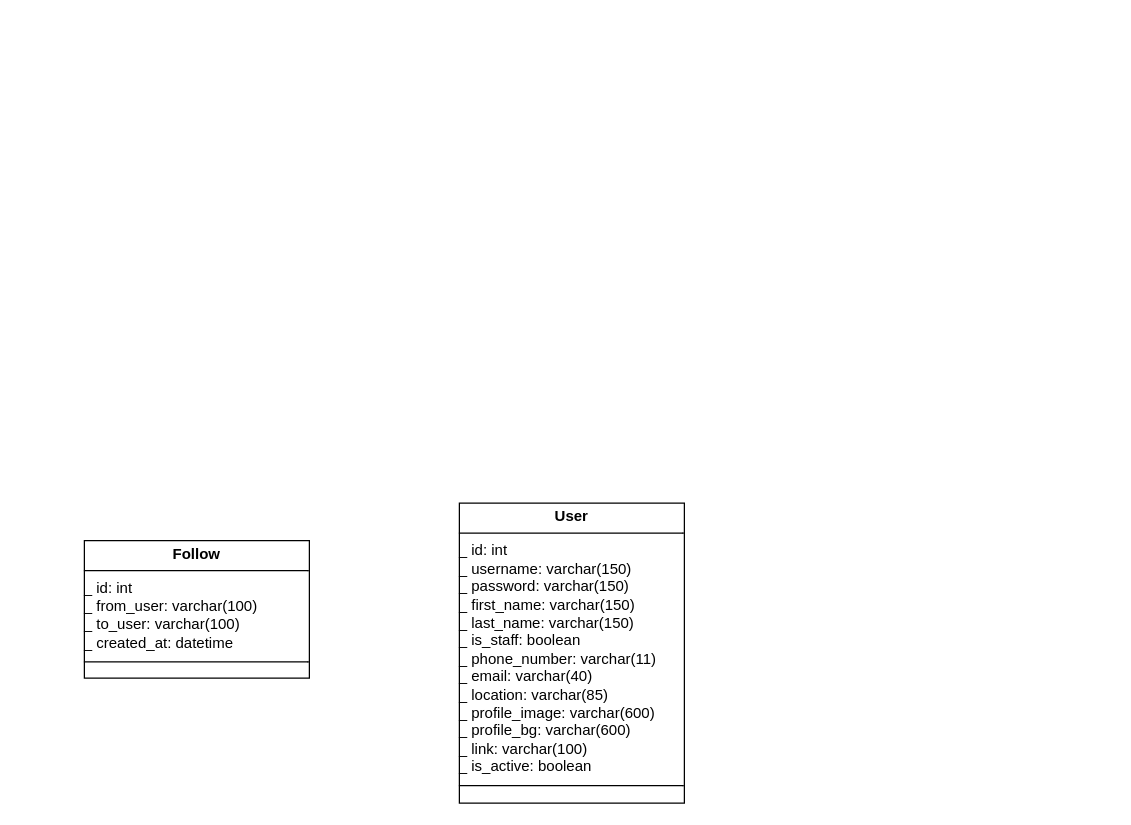
Above: BlogProject/BlogProject/ERD.drawio in TranThanhHoang123/Blog (draw.io), before the change. Source tidied: cells renumbered, new cells numbered last; positions are measured from the earlier drawing's top-left corner, leaving out a move shared by most shapes. Both pictures are drawn from the tidied source at 125%, with x=0, y=0 at pixel (84, 502).
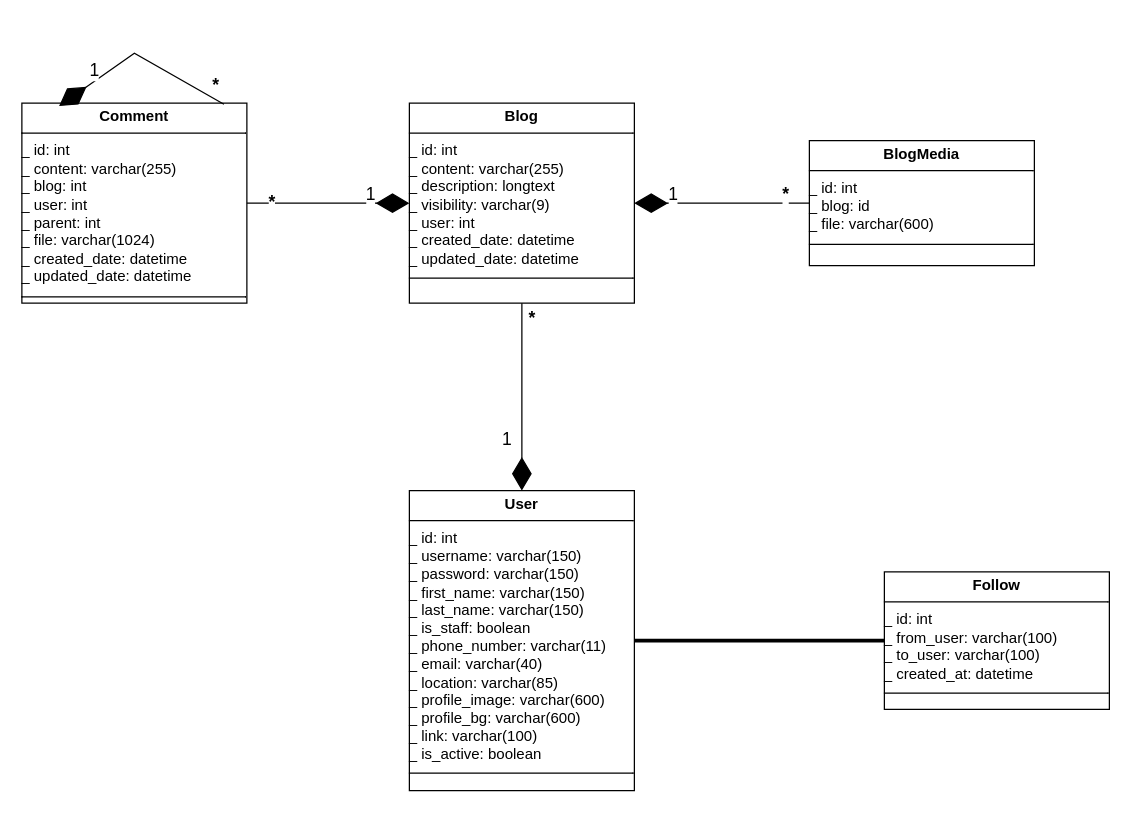
The same page after the edit.

The edit, as a diff of the source:
```diff
@@
     <mxCell id="2" value="&lt;p style=&quot;margin:0px;margin-top:4px;text-align:center;&quot;&gt;&lt;b&gt;User&lt;/b&gt;&lt;/p&gt;&lt;hr size=&quot;1&quot; style=&quot;border-style:solid;&quot;&gt;_ id: int&lt;div&gt;_ username: varchar(150)&lt;/div&gt;&lt;div&gt;_ password: varchar(150)&lt;/div&gt;&lt;div&gt;_ first_name: varchar(150)&lt;div&gt;_ last_name: varchar(150)&lt;/div&gt;&lt;div&gt;_ is_staff: boolean&lt;/div&gt;&lt;div&gt;_ phone_number: varchar(11)&lt;div&gt;_ email: varchar(40)&lt;/div&gt;&lt;div&gt;_ location: varchar(85)&lt;/div&gt;&lt;/div&gt;&lt;div&gt;_ profile_image: varchar(600)&lt;div&gt;_ profile_bg: varchar(600)&lt;/div&gt;&lt;div&gt;_ link: varchar(100)&lt;/div&gt;&lt;/div&gt;&lt;div&gt;_ is_active: boolean&lt;/div&gt;&lt;div&gt;&lt;div style=&quot;height:2px;&quot;&gt;&lt;/div&gt;&lt;hr size=&quot;1&quot; style=&quot;border-style:solid;&quot;&gt;&lt;div style=&quot;height:2px;&quot;&gt;&lt;/div&gt;&lt;/div&gt;&lt;/div&gt;" style="verticalAlign=top;align=left;overflow=fill;html=1;whiteSpace=wrap;" parent="1" vertex="1">
-      <mxGeometry x="300" width="180" height="240" as="geometry" />
+      <mxGeometry x="260" y="-10" width="180" height="240" as="geometry" />
     </mxCell>
     <mxCell id="3" value="&lt;p style=&quot;margin:0px;margin-top:4px;text-align:center;&quot;&gt;&lt;b&gt;Follow&lt;/b&gt;&lt;/p&gt;&lt;hr size=&quot;1&quot; style=&quot;border-style:solid;&quot;&gt;_ id: int&lt;div&gt;_ from_user: varchar(100)&lt;/div&gt;&lt;div&gt;_ to_user: varchar(100)&lt;/div&gt;&lt;div&gt;_ created_at: datetime&lt;div&gt;&lt;div style=&quot;height:2px;&quot;&gt;&lt;/div&gt;&lt;hr size=&quot;1&quot; style=&quot;border-style:solid;&quot;&gt;&lt;div style=&quot;height:2px;&quot;&gt;&lt;/div&gt;&lt;/div&gt;&lt;/div&gt;" style="verticalAlign=top;align=left;overflow=fill;html=1;whiteSpace=wrap;" parent="1" vertex="1">
-      <mxGeometry y="30" width="180" height="110" as="geometry" />
+      <mxGeometry x="640" y="55" width="180" height="110" as="geometry" />
     </mxCell>
+    <mxCell id="4" value="&lt;p style=&quot;margin:0px;margin-top:4px;text-align:center;&quot;&gt;&lt;b&gt;Blog&lt;/b&gt;&lt;/p&gt;&lt;hr size=&quot;1&quot; style=&quot;border-style:solid;&quot;&gt;_ id: int&lt;div&gt;_ content: varchar(255)&lt;/div&gt;&lt;div&gt;_ description: longtext&lt;/div&gt;&lt;div&gt;_ visibility: varchar(9)&lt;div&gt;_ user: int&lt;/div&gt;&lt;div&gt;_ created_date: datetime&lt;/div&gt;&lt;div&gt;_ updated_date: datetime&lt;/div&gt;&lt;div&gt;&lt;div style=&quot;height:2px;&quot;&gt;&lt;/div&gt;&lt;hr size=&quot;1&quot; style=&quot;border-style:solid;&quot;&gt;&lt;div style=&quot;height:2px;&quot;&gt;&lt;/div&gt;&lt;/div&gt;&lt;/div&gt;" style="verticalAlign=top;align=left;overflow=fill;html=1;whiteSpace=wrap;" parent="1" vertex="1">
+      <mxGeometry x="260" y="-320" width="180" height="160" as="geometry" />
+    </mxCell>
+    <mxCell id="5" style="endArrow=diamondThin;endFill=1;endSize=24;html=1;rounded=0;" parent="1" edge="1" source="4" target="2">
+      <mxGeometry relative="1" as="geometry" />
+    </mxCell>
+    <mxCell id="6" value="&lt;font style=&quot;font-size: 14px;&quot;&gt;1&lt;/font&gt;" style="edgeLabel;html=1;align=center;verticalAlign=middle;" parent="5" vertex="1">
+      <mxGeometry x="0.54" relative="1" as="geometry">
+        <mxPoint x="-13" y="-8" as="offset" />
+      </mxGeometry>
+    </mxCell>
+    <mxCell id="7" value="&lt;font style=&quot;font-size: 14px;&quot;&gt;&lt;b&gt;*&lt;/b&gt;&lt;/font&gt;" style="edgeLabel;html=1;align=center;verticalAlign=middle;" parent="5" vertex="1">
+      <mxGeometry x="-0.79" y="-3" relative="1" as="geometry">
+        <mxPoint x="10" y="-5" as="offset" />
+      </mxGeometry>
+    </mxCell>
+    <mxCell id="8" value="&lt;p style=&quot;margin:0px;margin-top:4px;text-align:center;&quot;&gt;&lt;b&gt;BlogMedia&lt;/b&gt;&lt;/p&gt;&lt;hr size=&quot;1&quot; style=&quot;border-style:solid;&quot;&gt;_ id: int&lt;div&gt;_ blog: id&lt;/div&gt;&lt;div&gt;_ file: varchar(600)&lt;/div&gt;&lt;div&gt;&lt;div&gt;&lt;div style=&quot;height:2px;&quot;&gt;&lt;/div&gt;&lt;hr size=&quot;1&quot; style=&quot;border-style:solid;&quot;&gt;&lt;div style=&quot;height:2px;&quot;&gt;&lt;/div&gt;&lt;/div&gt;&lt;/div&gt;" style="verticalAlign=top;align=left;overflow=fill;html=1;whiteSpace=wrap;" parent="1" vertex="1">
+      <mxGeometry x="580" y="-290" width="180" height="100" as="geometry" />
+    </mxCell>
+    <mxCell id="9" style="endArrow=diamondThin;endFill=1;endSize=24;html=1;rounded=0;" parent="1" edge="1" source="8" target="4">
+      <mxGeometry relative="1" as="geometry" />
+    </mxCell>
+    <mxCell id="10" value="&lt;font style=&quot;font-size: 14px;&quot;&gt;1&lt;/font&gt;" style="edgeLabel;html=1;align=center;verticalAlign=middle;" parent="9" vertex="1">
+      <mxGeometry x="0.54" relative="1" as="geometry">
+        <mxPoint x="-2" y="-8" as="offset" />
+      </mxGeometry>
+    </mxCell>
+    <mxCell id="11" value="&lt;font style=&quot;font-size: 14px;&quot;&gt;&lt;b&gt;*&lt;/b&gt;&lt;/font&gt;" style="edgeLabel;html=1;align=center;verticalAlign=middle;" parent="9" vertex="1">
+      <mxGeometry x="-0.79" y="-3" relative="1" as="geometry">
+        <mxPoint x="-5" y="-5" as="offset" />
+      </mxGeometry>
+    </mxCell>
+    <mxCell id="12" style="endArrow=none;startArrow=none;endFill=0;startFill=0;endSize=8;html=1;verticalAlign=bottom;labelBackgroundColor=none;strokeWidth=3;rounded=0;" parent="1" edge="1" source="2" target="3">
+      <mxGeometry relative="1" as="geometry" />
+    </mxCell>
+    <mxCell id="13" value="&lt;p style=&quot;margin:0px;margin-top:4px;text-align:center;&quot;&gt;&lt;b&gt;Comment&lt;/b&gt;&lt;/p&gt;&lt;hr size=&quot;1&quot; style=&quot;border-style:solid;&quot;&gt;_ id: int&lt;div&gt;_ content: varchar(255)&lt;/div&gt;&lt;div&gt;_ blog: int&lt;/div&gt;&lt;div&gt;_ user: int&lt;br&gt;&lt;/div&gt;&lt;div&gt;_ parent: int&lt;div&gt;_ file: varchar(1024)&lt;/div&gt;&lt;div&gt;_ created_date: datetime&lt;/div&gt;&lt;div&gt;_ updated_date: datetime&lt;/div&gt;&lt;div&gt;&lt;div style=&quot;height:2px;&quot;&gt;&lt;/div&gt;&lt;hr size=&quot;1&quot; style=&quot;border-style:solid;&quot;&gt;&lt;div style=&quot;height:2px;&quot;&gt;&lt;/div&gt;&lt;/div&gt;&lt;/div&gt;" style="verticalAlign=top;align=left;overflow=fill;html=1;whiteSpace=wrap;" parent="1" vertex="1">
+      <mxGeometry x="-50" y="-320" width="180" height="160" as="geometry" />
+    </mxCell>
+    <mxCell id="14" style="endArrow=diamondThin;endFill=1;endSize=24;html=1;rounded=0;" parent="1" edge="1" source="13" target="4">
+      <mxGeometry relative="1" as="geometry" />
+    </mxCell>
+    <mxCell id="15" value="&lt;font style=&quot;font-size: 14px;&quot;&gt;1&lt;/font&gt;" style="edgeLabel;html=1;align=center;verticalAlign=middle;" parent="14" vertex="1">
+      <mxGeometry x="0.54" relative="1" as="geometry">
+        <mxPoint x="-2" y="-8" as="offset" />
+      </mxGeometry>
+    </mxCell>
+    <mxCell id="16" value="&lt;font style=&quot;font-size: 14px;&quot;&gt;&lt;b&gt;*&lt;/b&gt;&lt;/font&gt;" style="edgeLabel;html=1;align=center;verticalAlign=middle;" parent="14" vertex="1">
+      <mxGeometry x="-0.79" y="-3" relative="1" as="geometry">
+        <mxPoint x="5" y="-5" as="offset" />
+      </mxGeometry>
+    </mxCell>
+    <mxCell id="17" style="endArrow=diamondThin;endFill=1;endSize=24;html=1;rounded=0;entryX=0.165;entryY=0.015;entryDx=0;entryDy=0;entryPerimeter=0;exitX=0.898;exitY=0.006;exitDx=0;exitDy=0;exitPerimeter=0;" parent="1" edge="1" source="13" target="13">
+      <mxGeometry relative="1" as="geometry">
+        <Array as="points">
+          <mxPoint x="40" y="-360" />
+        </Array>
+      </mxGeometry>
+    </mxCell>
+    <mxCell id="18" value="&lt;font style=&quot;font-size: 14px;&quot;&gt;1&lt;/font&gt;" style="edgeLabel;html=1;align=center;verticalAlign=middle;" parent="17" vertex="1">
+      <mxGeometry x="0.54" relative="1" as="geometry">
+        <mxPoint x="-2" y="-8" as="offset" />
+      </mxGeometry>
+    </mxCell>
+    <mxCell id="19" value="&lt;font style=&quot;font-size: 14px;&quot;&gt;&lt;b&gt;*&lt;/b&gt;&lt;/font&gt;" style="edgeLabel;html=1;align=center;verticalAlign=middle;" parent="17" vertex="1">
+      <mxGeometry x="-0.79" y="-3" relative="1" as="geometry">
+        <mxPoint x="5" y="-5" as="offset" />
+      </mxGeometry>
+    </mxCell>
```
